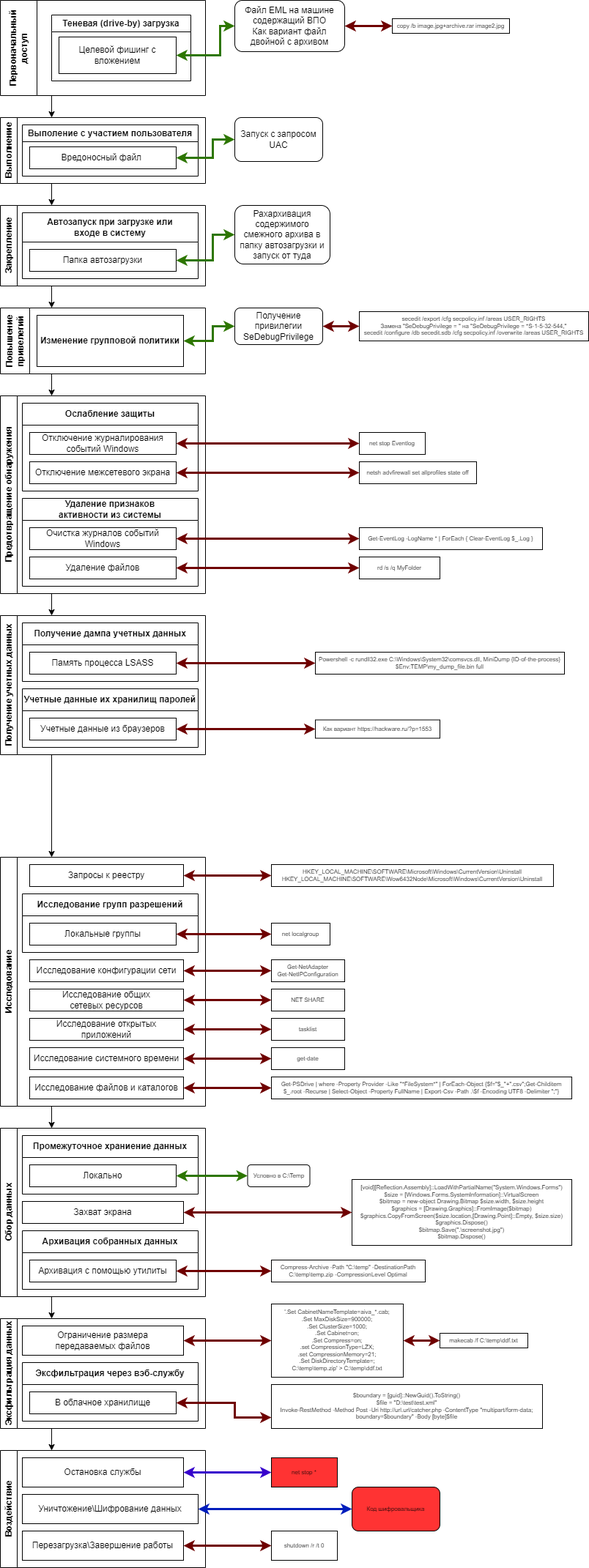
ISAIandCO/HelloThere keeps this draw.io diagram as НепонятнаяХерота_files/HX.drawio.png. Above is the earlier version. Source tidied: cells renumbered, new cells last; positions are measured from the earlier drawing's top-left corner, leaving out a move shared by most shapes.
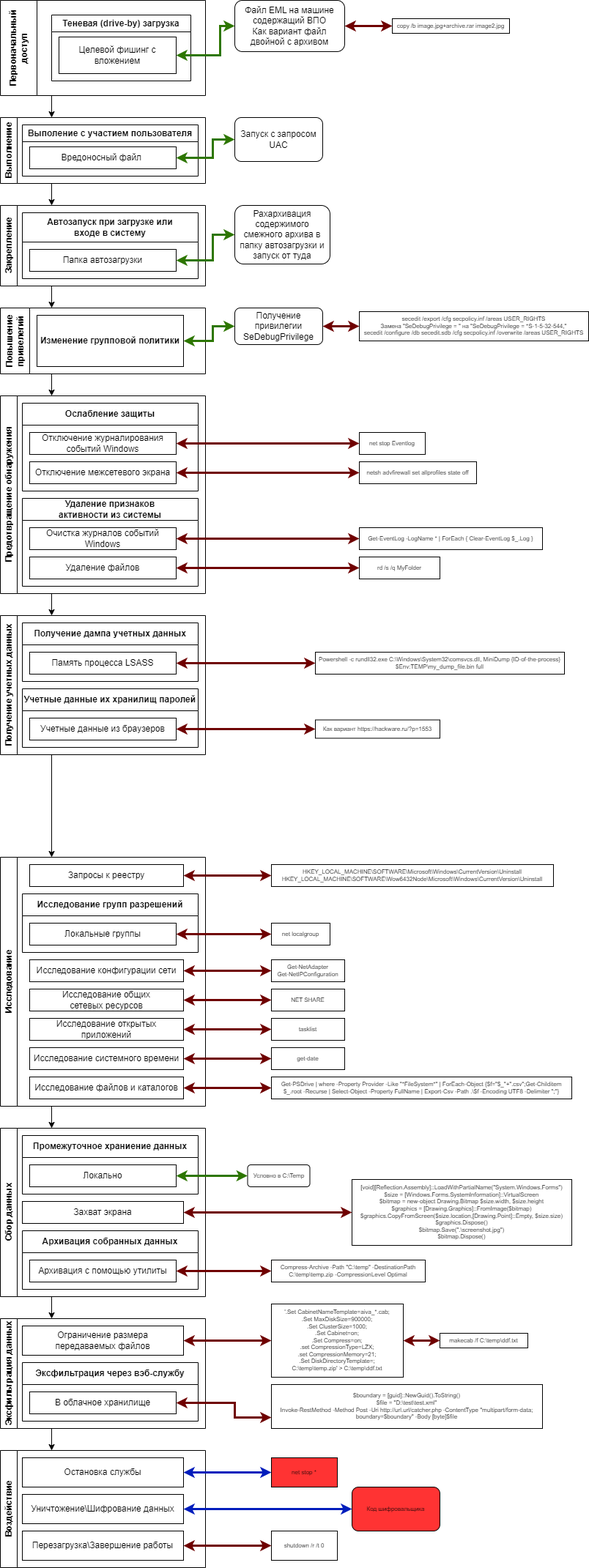
After the commit.

What changed in the source:
```diff
@@ -159,7 +159,7 @@
       <mxGeometry y="1980" width="280" height="160" as="geometry" />
     </mxCell>
     <mxCell id="54" value="Уничтожение\Шифрование данных" style="rounded=0;whiteSpace=wrap;html=1;" parent="53" vertex="1">
-      <mxGeometry x="30" y="60" width="240" height="40" as="geometry" />
+      <mxGeometry x="30" y="60" width="220" height="40" as="geometry" />
     </mxCell>
     <mxCell id="55" value="Остановка службы" style="rounded=0;whiteSpace=wrap;html=1;" parent="53" vertex="1">
       <mxGeometry x="30" y="10" width="220" height="40" as="geometry" />
@@ -345,7 +345,7 @@
     <mxCell id="107" value="net stop *" style="rounded=0;whiteSpace=wrap;html=1;fontSize=8;gradientColor=none;fillColor=#FF3333;fillStyle=auto;" parent="1" vertex="1">
       <mxGeometry x="370" y="1990" width="90" height="40" as="geometry" />
     </mxCell>
-    <mxCell id="108" style="edgeStyle=none;rounded=0;html=1;exitX=1;exitY=0.5;exitDx=0;exitDy=0;entryX=0;entryY=0.5;entryDx=0;entryDy=0;strokeWidth=3;fontSize=8;startArrow=classic;startFill=1;fillColor=#6a00ff;strokeColor=#3700CC;" parent="1" edge="1" source="55" target="107">
+    <mxCell id="108" style="edgeStyle=none;rounded=0;html=1;exitX=1;exitY=0.5;exitDx=0;exitDy=0;entryX=0;entryY=0.5;entryDx=0;entryDy=0;strokeWidth=3;fontSize=8;startArrow=classic;startFill=1;fillColor=#0050ef;strokeColor=#001DBC;" parent="1" edge="1" source="55" target="107">
       <mxGeometry relative="1" as="geometry" />
     </mxCell>
     <mxCell id="109" value="shutdown /r /t 0" style="rounded=0;whiteSpace=wrap;html=1;fontSize=8;" parent="1" vertex="1">
```
